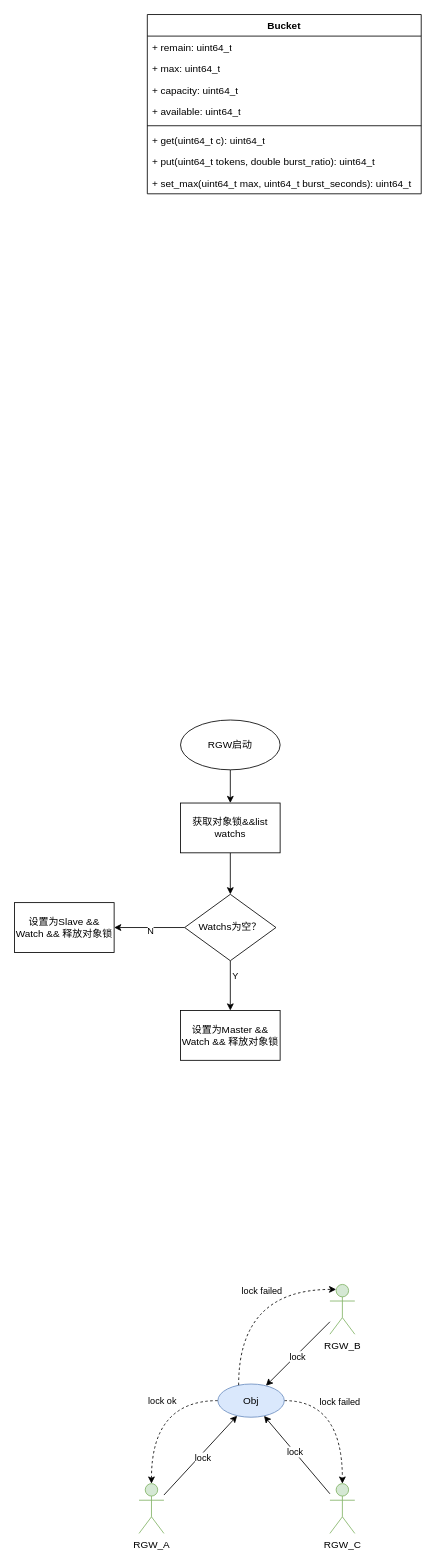
liutimo/images_bed keeps this draw.io diagram as page "QoS" (9 of 10) of leveldb.drawio. Above is the earlier version. Source tidied: cells renumbered, new cells numbered last; positions are measured from the earlier drawing's top-left corner, leaving out a move shared by most shapes. Both pictures are drawn from the tidied source at 83%, with x=0, y=0 at pixel (14, 14).
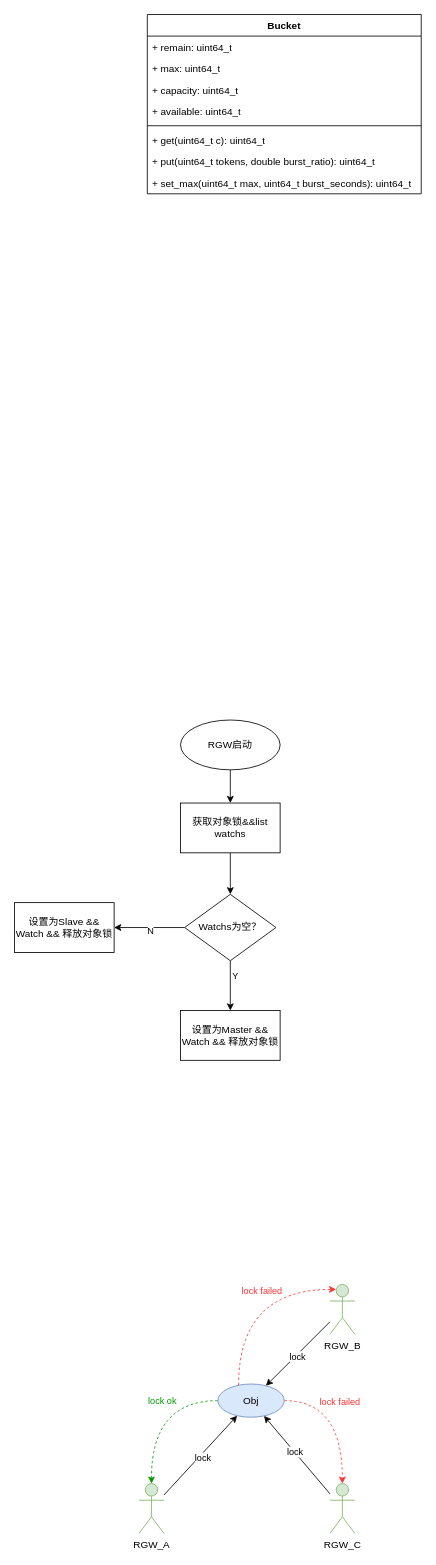
After the change.

The change refers to these unchanged cells:
```xml
<mxCell id="24" value="RGW_A" style="shape=umlActor;verticalLabelPosition=bottom;verticalAlign=top;html=1;outlineConnect=0;fillColor=#d5e8d4;strokeColor=#82b366;" parent="1" vertex="1">
  <mxGeometry x="150" y="1770" width="30" height="60" as="geometry" />
</mxCell>
<mxCell id="27" value="RGW_B" style="shape=umlActor;verticalLabelPosition=bottom;verticalAlign=top;html=1;outlineConnect=0;fillColor=#d5e8d4;strokeColor=#82b366;" parent="1" vertex="1">
  <mxGeometry x="380" y="1530" width="30" height="60" as="geometry" />
</mxCell>
<mxCell id="32" value="Obj" style="ellipse;whiteSpace=wrap;html=1;fillColor=#dae8fc;strokeColor=#6c8ebf;" parent="1" vertex="1">
  <mxGeometry x="245" y="1650" width="80" height="40" as="geometry" />
</mxCell>
<mxCell id="35" value="RGW_C" style="shape=umlActor;verticalLabelPosition=bottom;verticalAlign=top;html=1;outlineConnect=0;fillColor=#d5e8d4;strokeColor=#82b366;" parent="1" vertex="1">
  <mxGeometry x="380" y="1770" width="30" height="60" as="geometry" />
</mxCell>
```

What changed in the source:
```diff
@@
-    <mxCell id="28" style="edgeStyle=orthogonalEdgeStyle;rounded=0;jettySize=auto;html=1;exitX=0;exitY=0.5;exitDx=0;exitDy=0;curved=1;dashed=1;" parent="1" edge="1" source="32" target="24">
+    <mxCell id="28" style="edgeStyle=orthogonalEdgeStyle;rounded=0;jettySize=auto;html=1;exitX=0;exitY=0.5;exitDx=0;exitDy=0;curved=1;dashed=1;fillColor=#d5e8d4;strokeColor=#009900;" parent="1" edge="1" source="32" target="24">
       <mxGeometry relative="1" as="geometry" />
     </mxCell>
-    <mxCell id="29" value="lock ok" style="edgeLabel;html=1;align=center;verticalAlign=middle;" parent="28" vertex="1">
+    <mxCell id="29" value="&lt;font style=&quot;color: rgb(0, 153, 0);&quot;&gt;lock ok&lt;/font&gt;" style="edgeLabel;html=1;align=center;verticalAlign=middle;" parent="28" vertex="1">
       <mxGeometry x="-0.24" y="-1" relative="1" as="geometry" />
     </mxCell>
-    <mxCell id="30" style="edgeStyle=orthogonalEdgeStyle;rounded=0;jettySize=auto;html=1;curved=1;dashed=1;" parent="1" edge="1" source="32" target="35">
+    <mxCell id="30" style="edgeStyle=orthogonalEdgeStyle;rounded=0;jettySize=auto;html=1;curved=1;dashed=1;strokeColor=#FF3333;" parent="1" edge="1" source="32" target="35">
       <mxGeometry relative="1" as="geometry" />
     </mxCell>
-    <mxCell id="31" value="lock failed" style="edgeLabel;html=1;align=center;verticalAlign=middle;" parent="30" vertex="1">
+    <mxCell id="31" value="&lt;font style=&quot;color: rgb(255, 51, 51);&quot;&gt;lock failed&lt;/font&gt;" style="edgeLabel;html=1;align=center;verticalAlign=middle;" parent="30" vertex="1">
       <mxGeometry x="-0.22" y="-1" relative="1" as="geometry" />
     </mxCell>
@@
-    <mxCell id="36" style="edgeStyle=orthogonalEdgeStyle;rounded=0;jettySize=auto;html=1;entryX=0.25;entryY=0.1;entryDx=0;entryDy=0;entryPerimeter=0;curved=1;dashed=1;" parent="1" edge="1" source="32" target="27">
+    <mxCell id="36" style="edgeStyle=orthogonalEdgeStyle;rounded=0;jettySize=auto;html=1;entryX=0.25;entryY=0.1;entryDx=0;entryDy=0;entryPerimeter=0;curved=1;dashed=1;strokeColor=#FF3333;" parent="1" edge="1" source="32" target="27">
       <mxGeometry relative="1" as="geometry">
         <Array as="points">
           <mxPoint x="270" y="1536" />
         </Array>
       </mxGeometry>
     </mxCell>
-    <mxCell id="37" value="lock failed" style="edgeLabel;html=1;align=center;verticalAlign=middle;" parent="36" vertex="1">
+    <mxCell id="37" value="&lt;font style=&quot;color: rgb(255, 51, 51);&quot;&gt;lock failed&lt;/font&gt;" style="edgeLabel;html=1;align=center;verticalAlign=middle;" parent="36" vertex="1">
       <mxGeometry x="0.23" y="-1" relative="1" as="geometry" />
     </mxCell>
```
